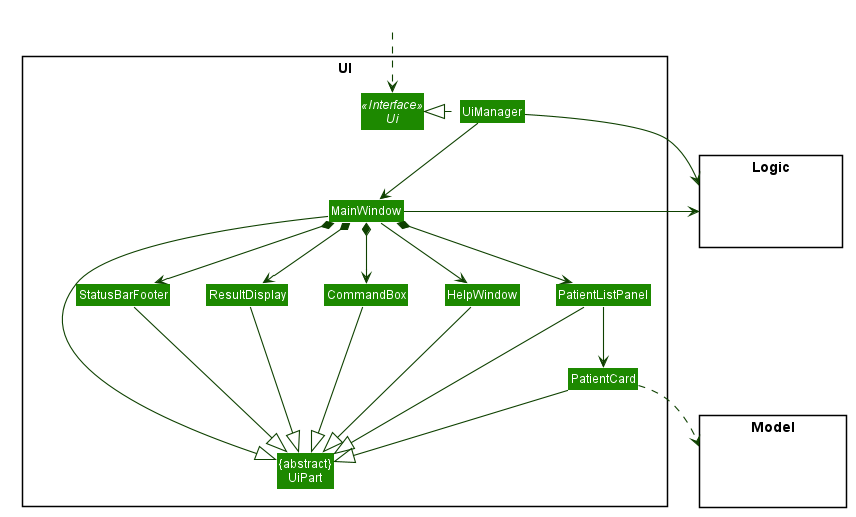
This is docs/images/UiClassDiagram.png from nus-cs2103-AY2021S1/tp, a PlantUML export, as it was before one commit.
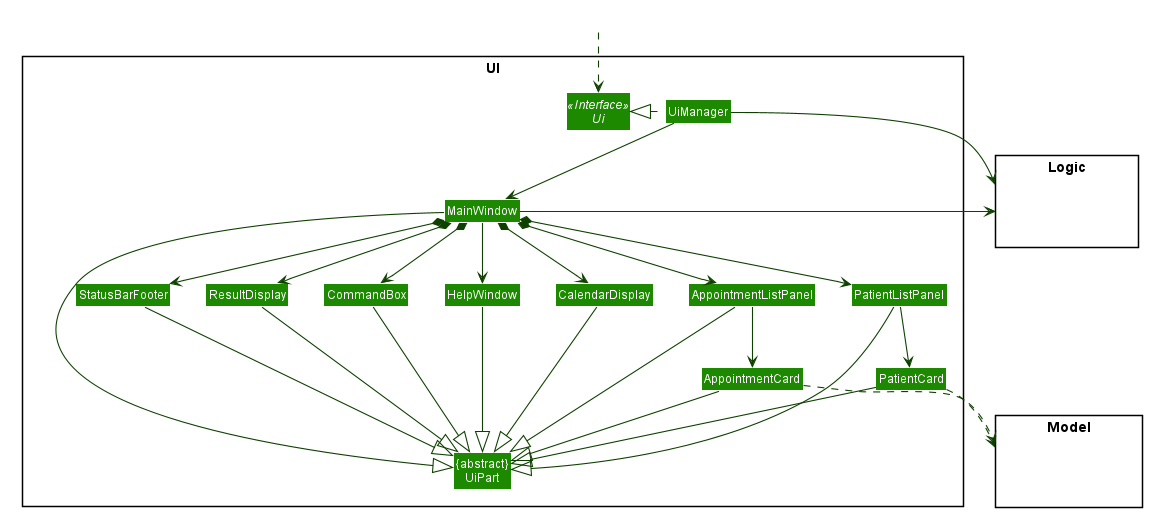
The same file after the commit.

Change to the diagram source:
```diff
@@ -60,6 +60,9 @@
 Class ResultDisplay
 Class PatientListPanel
 Class PatientCard
+Class AppointmentListPanel
+Class AppointmentCard
+Class CalendarDisplay
 Class StatusBarFooter
 Class CommandBox
 }
@@ -82,8 +85,12 @@
 MainWindow *-down-> ResultDisplay
 MainWindow *-down-> PatientListPanel
 MainWindow *-down-> StatusBarFooter
+MainWindow *-down-> AppointmentListPanel
+MainWindow *-down-> CalendarDisplay
 
 PatientListPanel -down-> PatientCard
+
+AppointmentListPanel -down-> AppointmentCard
 
 MainWindow -left-|> UiPart
 
@@ -92,9 +99,13 @@
 PatientListPanel --|> UiPart
 PatientCard --|> UiPart
 StatusBarFooter --|> UiPart
-HelpWindow -down-|> UiPart
+HelpWindow --|> UiPart
+AppointmentListPanel --|> UiPart
+AppointmentCard --|> UiPart
+CalendarDisplay --|> UiPart
 
-PatientCard ..> Model
+PatientCard .down.> Model
+AppointmentCard .down.> Model
 UiManager -right-> Logic
 MainWindow -left-> Logic
 
@@ -102,6 +113,8 @@
 HelpWindow -[hidden]left- CommandBox
 CommandBox -[hidden]left- ResultDisplay
 ResultDisplay -[hidden]left- StatusBarFooter
+PatientListPanel -[hidden]right- AppointmentCard
+AppointmentListPanel -[hidden]right- CalendarDisplay
 
 MainWindow -[hidden]-|> UiPart
 @enduml
```
